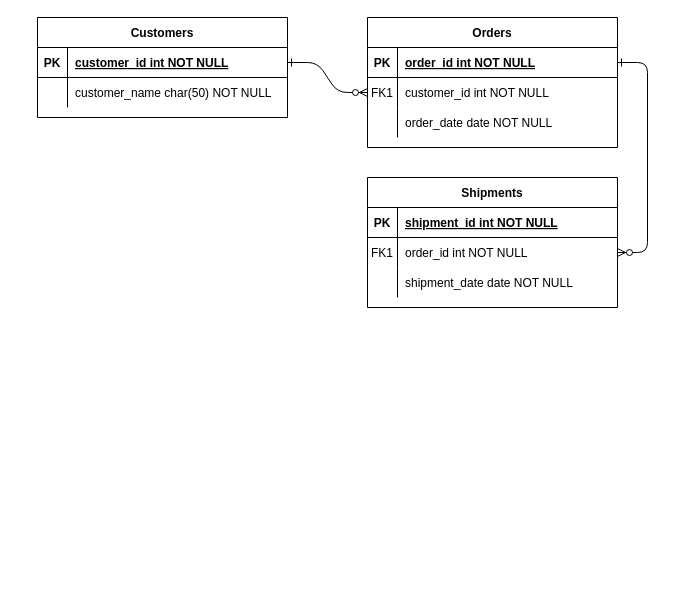
Earlier version of the draw.io diagram EjemploLista/gestion_proyectos.drawio (dcuatin94/EjemploListMap). Source tidied: cells renumbered, new cells numbered last; positions are measured from the earlier drawing's top-left corner, leaving out a move shared by most shapes. Both pictures are drawn from the tidied source at 100%, with x=0, y=0 at pixel (37, 17).
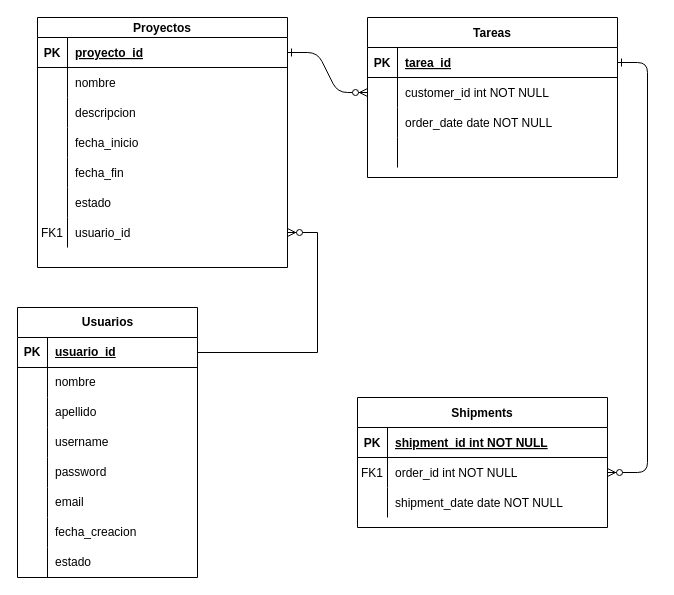
After the change.

The change refers to these unchanged cells:
```xml
<mxCell id="5" style="shape=partialRectangle;fillColor=none;points=[[0,0.5],[1,0.5]];portConstraint=eastwest;top=0;left=0;right=0;bottom=1;" parent="4" vertex="1">
  <mxGeometry y="30" width="250" height="30" as="geometry" />
</mxCell>
<mxCell id="8" style="shape=partialRectangle;fillColor=none;points=[[0,0.5],[1,0.5]];portConstraint=eastwest;top=0;left=0;right=0;bottom=0;" parent="4" vertex="1">
  <mxGeometry y="60" width="250" height="30" as="geometry" />
</mxCell>
```

The edit, as a diff of the source:
```diff
@@
-    <mxCell id="4" value="Orders" style="shape=table;startSize=30;childLayout=tableLayout;rowLines=0;fontStyle=1;align=center;" parent="1" vertex="1">
-      <mxGeometry x="330" width="250" height="130" as="geometry" />
+    <mxCell id="4" value="Tareas" style="shape=table;startSize=30;childLayout=tableLayout;rowLines=0;fontStyle=1;align=center;" parent="1" vertex="1">
+      <mxGeometry x="330" width="250" height="160" as="geometry" />
     </mxCell>
@@
-    <mxCell id="7" value="order_id int NOT NULL " style="shape=partialRectangle;overflow=hidden;fillColor=none;top=0;left=0;bottom=0;right=0;align=left;spacingLeft=6;fontStyle=5;" parent="5" vertex="1">
+    <mxCell id="7" value="tarea_id" style="shape=partialRectangle;overflow=hidden;fillColor=none;top=0;left=0;bottom=0;right=0;align=left;spacingLeft=6;fontStyle=5;" parent="5" vertex="1">
       <mxGeometry x="30" width="220" height="30" as="geometry" />
     </mxCell>
@@
-    <mxCell id="9" value="FK1" style="shape=partialRectangle;overflow=hidden;fillColor=none;top=0;left=0;bottom=0;right=0;" parent="8" vertex="1">
+    <mxCell id="9" style="shape=partialRectangle;overflow=hidden;fillColor=none;top=0;left=0;bottom=0;right=0;" parent="8" vertex="1">
       <mxGeometry width="30" height="30" as="geometry" />
     </mxCell>
@@
+    <mxCell id="31" style="shape=partialRectangle;fillColor=none;top=0;left=0;right=0;bottom=0;" parent="4" vertex="1">
+      <mxGeometry y="120" width="250" height="30" as="geometry" />
+    </mxCell>
+    <mxCell id="32" style="shape=partialRectangle;overflow=hidden;fillColor=none;top=0;left=0;bottom=0;right=0;" parent="31" vertex="1">
+      <mxGeometry width="30" height="30" as="geometry" />
+    </mxCell>
+    <mxCell id="33" style="shape=partialRectangle;overflow=hidden;fillColor=none;top=0;left=0;bottom=0;right=0;align=left;spacingLeft=6;" parent="31" vertex="1">
+      <mxGeometry x="30" width="220" height="30" as="geometry" />
+    </mxCell>
     <mxCell id="14" value="Shipments" style="shape=table;startSize=30;childLayout=tableLayout;rowLines=0;fontStyle=1;align=center;" parent="1" vertex="1">
-      <mxGeometry x="330" y="160" width="250" height="130" as="geometry" />
+      <mxGeometry x="320" y="380" width="250" height="130" as="geometry" />
     </mxCell>
@@
-    <mxCell id="24" value="Customers" style="shape=table;startSize=30;childLayout=tableLayout;rowLines=0;fontStyle=1;align=center;" parent="1" vertex="1">
-      <mxGeometry width="250" height="100" as="geometry" />
+    <mxCell id="24" value="Proyectos" style="shape=table;startSize=20;childLayout=tableLayout;rowLines=0;fontStyle=1;align=center;" parent="1" vertex="1">
+      <mxGeometry width="250" height="250" as="geometry" />
     </mxCell>
     <mxCell id="25" style="shape=partialRectangle;fillColor=none;points=[[0,0.5],[1,0.5]];portConstraint=eastwest;top=0;left=0;right=0;bottom=1;" parent="24" vertex="1">
-      <mxGeometry y="30" width="250" height="30" as="geometry" />
+      <mxGeometry y="20" width="250" height="30" as="geometry" />
     </mxCell>
@@
-    <mxCell id="27" value="customer_id int NOT NULL " style="shape=partialRectangle;overflow=hidden;fillColor=none;top=0;left=0;bottom=0;right=0;align=left;spacingLeft=6;fontStyle=5;" parent="25" vertex="1">
+    <mxCell id="27" value="proyecto_id" style="shape=partialRectangle;overflow=hidden;fillColor=none;top=0;left=0;bottom=0;right=0;align=left;spacingLeft=6;fontStyle=5;" parent="25" vertex="1">
       <mxGeometry x="30" width="220" height="30" as="geometry" />
     </mxCell>
     <mxCell id="28" style="shape=partialRectangle;fillColor=none;top=0;left=0;right=0;bottom=0;" parent="24" vertex="1">
-      <mxGeometry y="60" width="250" height="30" as="geometry" />
+      <mxGeometry y="50" width="250" height="30" as="geometry" />
     </mxCell>
@@
-    <mxCell id="30" value="customer_name char(50) NOT NULL" style="shape=partialRectangle;overflow=hidden;fillColor=none;top=0;left=0;bottom=0;right=0;align=left;spacingLeft=6;" parent="28" vertex="1">
+    <mxCell id="30" value="nombre" style="shape=partialRectangle;overflow=hidden;fillColor=none;top=0;left=0;bottom=0;right=0;align=left;spacingLeft=6;" parent="28" vertex="1">
       <mxGeometry x="30" width="220" height="30" as="geometry" />
     </mxCell>
+    <mxCell id="34" style="shape=partialRectangle;fillColor=none;top=0;left=0;right=0;bottom=0;" parent="24" vertex="1">
+      <mxGeometry y="80" width="250" height="30" as="geometry" />
+    </mxCell>
+    <mxCell id="35" style="shape=partialRectangle;overflow=hidden;fillColor=none;top=0;left=0;bottom=0;right=0;" parent="34" vertex="1">
+      <mxGeometry width="30" height="30" as="geometry" />
+    </mxCell>
+    <mxCell id="36" value="descripcion" style="shape=partialRectangle;overflow=hidden;fillColor=none;top=0;left=0;bottom=0;right=0;align=left;spacingLeft=6;" parent="34" vertex="1">
+      <mxGeometry x="30" width="220" height="30" as="geometry" />
+    </mxCell>
+    <mxCell id="37" style="shape=partialRectangle;fillColor=none;top=0;left=0;right=0;bottom=0;" parent="24" vertex="1">
+      <mxGeometry y="110" width="250" height="30" as="geometry" />
+    </mxCell>
+    <mxCell id="38" style="shape=partialRectangle;overflow=hidden;fillColor=none;top=0;left=0;bottom=0;right=0;" parent="37" vertex="1">
+      <mxGeometry width="30" height="30" as="geometry" />
+    </mxCell>
+    <mxCell id="39" value="fecha_inicio" style="shape=partialRectangle;overflow=hidden;fillColor=none;top=0;left=0;bottom=0;right=0;align=left;spacingLeft=6;" parent="37" vertex="1">
+      <mxGeometry x="30" width="220" height="30" as="geometry" />
+    </mxCell>
+    <mxCell id="40" style="shape=partialRectangle;fillColor=none;top=0;left=0;right=0;bottom=0;" parent="24" vertex="1">
+      <mxGeometry y="140" width="250" height="30" as="geometry" />
+    </mxCell>
+    <mxCell id="41" style="shape=partialRectangle;overflow=hidden;fillColor=none;top=0;left=0;bottom=0;right=0;" parent="40" vertex="1">
+      <mxGeometry width="30" height="30" as="geometry" />
+    </mxCell>
+    <mxCell id="42" value="fecha_fin" style="shape=partialRectangle;overflow=hidden;fillColor=none;top=0;left=0;bottom=0;right=0;align=left;spacingLeft=6;" parent="40" vertex="1">
+      <mxGeometry x="30" width="220" height="30" as="geometry" />
+    </mxCell>
+    <mxCell id="43" style="shape=partialRectangle;fillColor=none;top=0;left=0;right=0;bottom=0;" parent="24" vertex="1">
+      <mxGeometry y="170" width="250" height="30" as="geometry" />
+    </mxCell>
+    <mxCell id="44" style="shape=partialRectangle;overflow=hidden;fillColor=none;top=0;left=0;bottom=0;right=0;" parent="43" vertex="1">
+      <mxGeometry width="30" height="30" as="geometry" />
+    </mxCell>
+    <mxCell id="45" value="estado" style="shape=partialRectangle;overflow=hidden;fillColor=none;top=0;left=0;bottom=0;right=0;align=left;spacingLeft=6;" parent="43" vertex="1">
+      <mxGeometry x="30" width="220" height="30" as="geometry" />
+    </mxCell>
+    <mxCell id="46" style="shape=partialRectangle;fillColor=none;points=[[0,0.5],[1,0.5]];portConstraint=eastwest;top=0;left=0;right=0;bottom=0;" parent="24" vertex="1">
+      <mxGeometry y="200" width="250" height="30" as="geometry" />
+    </mxCell>
+    <mxCell id="47" value="FK1" style="shape=partialRectangle;overflow=hidden;fillColor=none;top=0;left=0;bottom=0;right=0;" parent="46" vertex="1">
+      <mxGeometry width="30" height="30" as="geometry" />
+    </mxCell>
+    <mxCell id="48" value="usuario_id" style="shape=partialRectangle;overflow=hidden;fillColor=none;top=0;left=0;bottom=0;right=0;align=left;spacingLeft=6;" parent="46" vertex="1">
+      <mxGeometry x="30" width="220" height="30" as="geometry" />
+    </mxCell>
+    <mxCell id="49" value="Usuarios" style="shape=table;startSize=30;childLayout=tableLayout;rowLines=0;fontStyle=1;align=center;html=1;" parent="1" vertex="1">
+      <mxGeometry x="-20" y="290" width="180" height="270" as="geometry" />
+    </mxCell>
+    <mxCell id="50" style="shape=tableRow;horizontal=0;startSize=0;swimlaneHead=0;swimlaneBody=0;fillColor=none;points=[[0,0.5],[1,0.5]];portConstraint=eastwest;top=0;left=0;right=0;bottom=1;" parent="49" vertex="1">
+      <mxGeometry y="30" width="180" height="30" as="geometry" />
+    </mxCell>
+    <mxCell id="51" value="PK" style="shape=partialRectangle;fillColor=none;top=0;left=0;bottom=0;right=0;fontStyle=1;overflow=hidden;whiteSpace=wrap;html=1;" parent="50" vertex="1">
+      <mxGeometry width="30" height="30" as="geometry" />
+    </mxCell>
+    <mxCell id="52" value="usuario_id" style="shape=partialRectangle;fillColor=none;top=0;left=0;bottom=0;right=0;align=left;spacingLeft=6;fontStyle=5;overflow=hidden;whiteSpace=wrap;html=1;" parent="50" vertex="1">
+      <mxGeometry x="30" width="150" height="30" as="geometry" />
+    </mxCell>
+    <mxCell id="53" style="shape=tableRow;horizontal=0;startSize=0;swimlaneHead=0;swimlaneBody=0;fillColor=none;top=0;left=0;right=0;bottom=0;" parent="49" vertex="1">
+      <mxGeometry y="60" width="180" height="30" as="geometry" />
+    </mxCell>
+    <mxCell id="54" style="shape=partialRectangle;fillColor=none;top=0;left=0;bottom=0;right=0;overflow=hidden;whiteSpace=wrap;html=1;" parent="53" vertex="1">
+      <mxGeometry width="30" height="30" as="geometry" />
+    </mxCell>
+    <mxCell id="55" value="nombre&lt;span style=&quot;white-space: pre;&quot;&gt;&#9;&lt;/span&gt;" style="shape=partialRectangle;fillColor=none;top=0;left=0;bottom=0;right=0;align=left;spacingLeft=6;overflow=hidden;whiteSpace=wrap;html=1;" parent="53" vertex="1">
+      <mxGeometry x="30" width="150" height="30" as="geometry" />
+    </mxCell>
+    <mxCell id="56" style="shape=tableRow;horizontal=0;startSize=0;swimlaneHead=0;swimlaneBody=0;fillColor=none;top=0;left=0;right=0;bottom=0;" parent="49" vertex="1">
+      <mxGeometry y="90" width="180" height="30" as="geometry" />
+    </mxCell>
+    <mxCell id="57" style="shape=partialRectangle;fillColor=none;top=0;left=0;bottom=0;right=0;overflow=hidden;whiteSpace=wrap;html=1;" parent="56" vertex="1">
+      <mxGeometry width="30" height="30" as="geometry" />
+    </mxCell>
+    <mxCell id="58" value="apellido" style="shape=partialRectangle;fillColor=none;top=0;left=0;bottom=0;right=0;align=left;spacingLeft=6;overflow=hidden;whiteSpace=wrap;html=1;" parent="56" vertex="1">
+      <mxGeometry x="30" width="150" height="30" as="geometry" />
+    </mxCell>
+    <mxCell id="59" style="shape=tableRow;horizontal=0;startSize=0;swimlaneHead=0;swimlaneBody=0;fillColor=none;top=0;left=0;right=0;bottom=0;" parent="49" vertex="1">
+      <mxGeometry y="120" width="180" height="30" as="geometry" />
+    </mxCell>
+    <mxCell id="60" style="shape=partialRectangle;fillColor=none;top=0;left=0;bottom=0;right=0;overflow=hidden;whiteSpace=wrap;html=1;" parent="59" vertex="1">
+      <mxGeometry width="30" height="30" as="geometry" />
+    </mxCell>
+    <mxCell id="61" value="username" style="shape=partialRectangle;fillColor=none;top=0;left=0;bottom=0;right=0;align=left;spacingLeft=6;overflow=hidden;whiteSpace=wrap;html=1;" parent="59" vertex="1">
+      <mxGeometry x="30" width="150" height="30" as="geometry" />
+    </mxCell>
+    <mxCell id="62" style="shape=tableRow;horizontal=0;startSize=0;swimlaneHead=0;swimlaneBody=0;fillColor=none;top=0;left=0;right=0;bottom=0;" parent="49" vertex="1">
+      <mxGeometry y="150" width="180" height="30" as="geometry" />
+    </mxCell>
+    <mxCell id="63" style="shape=partialRectangle;fillColor=none;top=0;left=0;bottom=0;right=0;overflow=hidden;whiteSpace=wrap;html=1;" parent="62" vertex="1">
+      <mxGeometry width="30" height="30" as="geometry" />
+    </mxCell>
+    <mxCell id="64" value="password" style="shape=partialRectangle;fillColor=none;top=0;left=0;bottom=0;right=0;align=left;spacingLeft=6;overflow=hidden;whiteSpace=wrap;html=1;" parent="62" vertex="1">
+      <mxGeometry x="30" width="150" height="30" as="geometry" />
+    </mxCell>
+    <mxCell id="65" style="shape=tableRow;horizontal=0;startSize=0;swimlaneHead=0;swimlaneBody=0;fillColor=none;top=0;left=0;right=0;bottom=0;" parent="49" vertex="1">
+      <mxGeometry y="180" width="180" height="30" as="geometry" />
+    </mxCell>
+    <mxCell id="66" style="shape=partialRectangle;fillColor=none;top=0;left=0;bottom=0;right=0;overflow=hidden;whiteSpace=wrap;html=1;" parent="65" vertex="1">
+      <mxGeometry width="30" height="30" as="geometry" />
+    </mxCell>
+    <mxCell id="67" value="email" style="shape=partialRectangle;fillColor=none;top=0;left=0;bottom=0;right=0;align=left;spacingLeft=6;overflow=hidden;whiteSpace=wrap;html=1;" parent="65" vertex="1">
+      <mxGeometry x="30" width="150" height="30" as="geometry" />
+    </mxCell>
+    <mxCell id="68" style="shape=tableRow;horizontal=0;startSize=0;swimlaneHead=0;swimlaneBody=0;fillColor=none;top=0;left=0;right=0;bottom=0;" parent="49" vertex="1">
+      <mxGeometry y="210" width="180" height="30" as="geometry" />
+    </mxCell>
+    <mxCell id="69" style="shape=partialRectangle;fillColor=none;top=0;left=0;bottom=0;right=0;overflow=hidden;whiteSpace=wrap;html=1;" parent="68" vertex="1">
+      <mxGeometry width="30" height="30" as="geometry" />
+    </mxCell>
+    <mxCell id="70" value="fecha_creacion" style="shape=partialRectangle;fillColor=none;top=0;left=0;bottom=0;right=0;align=left;spacingLeft=6;overflow=hidden;whiteSpace=wrap;html=1;" parent="68" vertex="1">
+      <mxGeometry x="30" width="150" height="30" as="geometry" />
+    </mxCell>
+    <mxCell id="71" style="shape=tableRow;horizontal=0;startSize=0;swimlaneHead=0;swimlaneBody=0;fillColor=none;top=0;left=0;right=0;bottom=0;" parent="49" vertex="1">
+      <mxGeometry y="240" width="180" height="30" as="geometry" />
+    </mxCell>
+    <mxCell id="72" style="shape=partialRectangle;fillColor=none;top=0;left=0;bottom=0;right=0;overflow=hidden;whiteSpace=wrap;html=1;" parent="71" vertex="1">
+      <mxGeometry width="30" height="30" as="geometry" />
+    </mxCell>
+    <mxCell id="73" value="estado" style="shape=partialRectangle;fillColor=none;top=0;left=0;bottom=0;right=0;align=left;spacingLeft=6;overflow=hidden;whiteSpace=wrap;html=1;" parent="71" vertex="1">
+      <mxGeometry x="30" width="150" height="30" as="geometry" />
+    </mxCell>
+    <mxCell id="74" style="edgeStyle=entityRelationEdgeStyle;fontSize=12;html=1;endArrow=ERzeroToMany;endFill=1;rounded=0;" parent="1" edge="1" source="50" target="46">
+      <mxGeometry relative="1" as="geometry" />
+    </mxCell>
```
